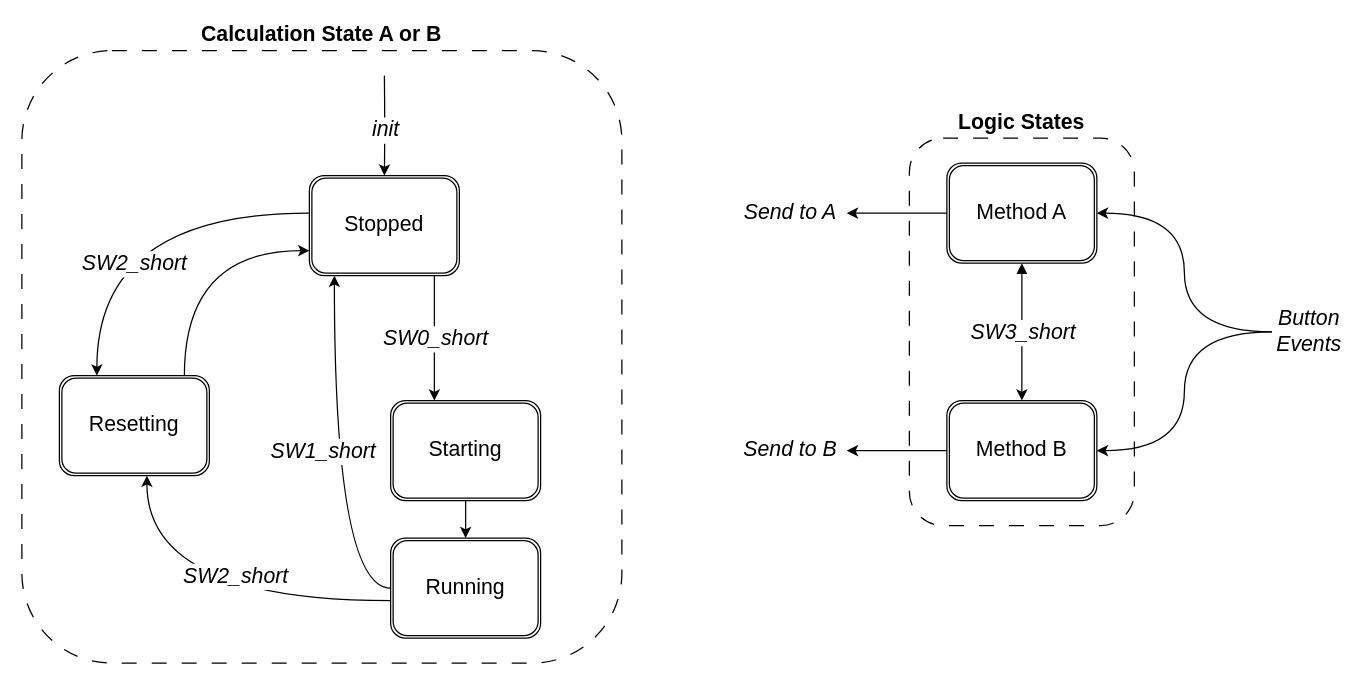
The draw.io diagram page "State Event Diagram" (2 of 2) of documentation/diagrams/CalcPi_Diagram.drawio in Violabitch5/CalcPi, before the edit. Source tidied: cells renumbered, new cells numbered last; positions are measured from the earlier drawing's top-left corner, leaving out a move shared by most shapes. Both pictures are drawn from the tidied source at 125%, with x=0, y=0 at pixel (21, 50).
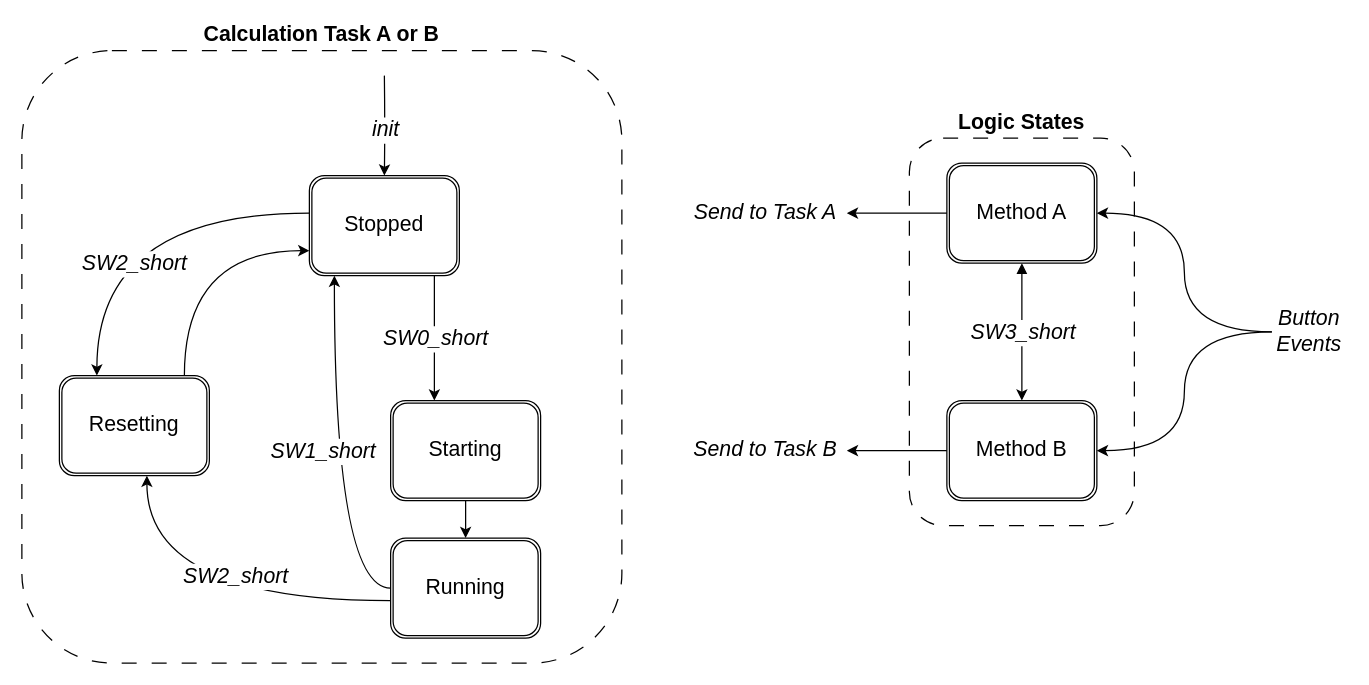
After the change.

Change to the diagram source:
```diff
@@
-    <mxCell id="7" value="Calculation State A or B" style="rounded=1;whiteSpace=wrap;html=1;fontSize=17;fontStyle=1;fillColor=none;dashed=1;dashPattern=12 12;shadow=0;glass=0;labelPosition=center;verticalLabelPosition=top;align=center;verticalAlign=bottom;" parent="1" vertex="1">
+    <mxCell id="7" value="Calculation Task A or B" style="rounded=1;whiteSpace=wrap;html=1;fontSize=17;fontStyle=1;fillColor=none;dashed=1;dashPattern=12 12;shadow=0;glass=0;labelPosition=center;verticalLabelPosition=top;align=center;verticalAlign=bottom;" parent="1" vertex="1">
       <mxGeometry width="480" height="490" as="geometry" />
     </mxCell>
@@
-    <mxCell id="27" value="Send to A" style="text;html=1;strokeColor=none;fillColor=none;align=center;verticalAlign=middle;whiteSpace=wrap;rounded=0;shadow=0;glass=0;sketch=0;fontSize=17;fontStyle=2;" parent="1" vertex="1">
-      <mxGeometry x="570" y="115" width="90" height="30" as="geometry" />
+    <mxCell id="27" value="Send to Task A" style="text;html=1;strokeColor=none;fillColor=none;align=center;verticalAlign=middle;whiteSpace=wrap;rounded=0;shadow=0;glass=0;sketch=0;fontSize=17;fontStyle=2;" parent="1" vertex="1">
+      <mxGeometry x="530" y="115" width="130" height="30" as="geometry" />
     </mxCell>
-    <mxCell id="28" value="Send to B" style="text;html=1;strokeColor=none;fillColor=none;align=center;verticalAlign=middle;whiteSpace=wrap;rounded=0;shadow=0;glass=0;sketch=0;fontSize=17;fontStyle=2;" parent="1" vertex="1">
-      <mxGeometry x="570" y="305" width="90" height="30" as="geometry" />
+    <mxCell id="28" value="Send to Task B" style="text;html=1;strokeColor=none;fillColor=none;align=center;verticalAlign=middle;whiteSpace=wrap;rounded=0;shadow=0;glass=0;sketch=0;fontSize=17;fontStyle=2;" parent="1" vertex="1">
+      <mxGeometry x="530" y="305" width="130" height="30" as="geometry" />
     </mxCell>
```
